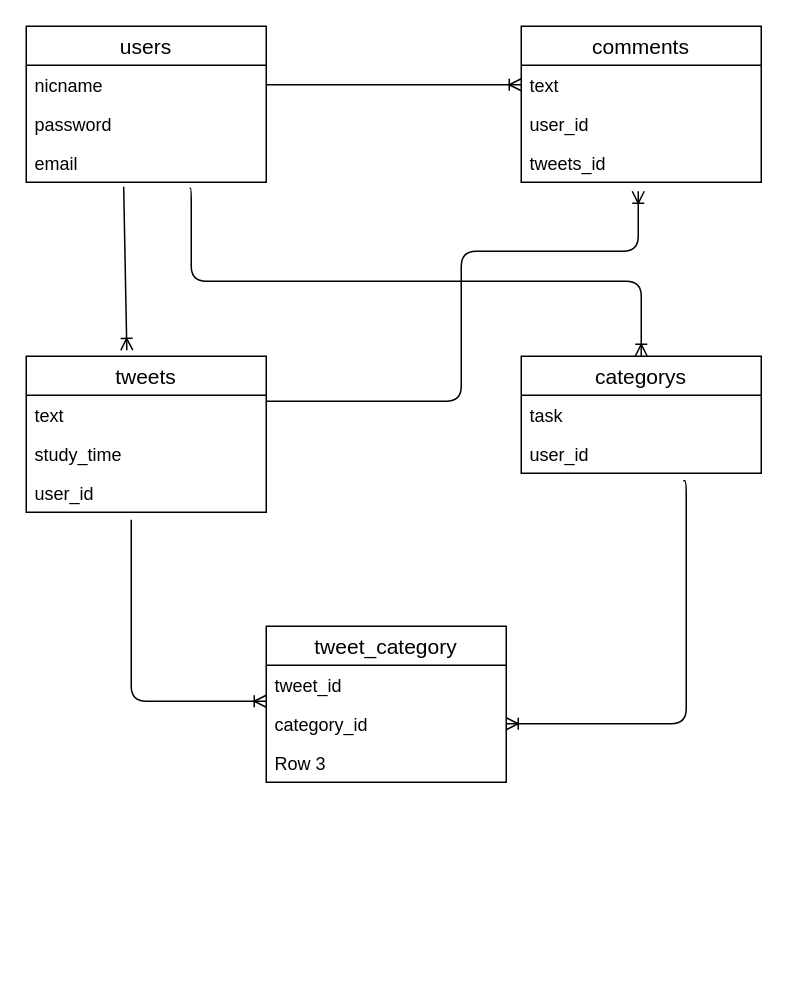
This is ER.drawio from seiichikick0404/futures, a draw.io file, before an edit. Source tidied: cells renumbered, new cells numbered last; positions are measured from the earlier drawing's top-left corner, leaving out a move shared by most shapes. Both pictures are drawn from the tidied source at 150%, with x=0, y=0 at pixel (26, 26).
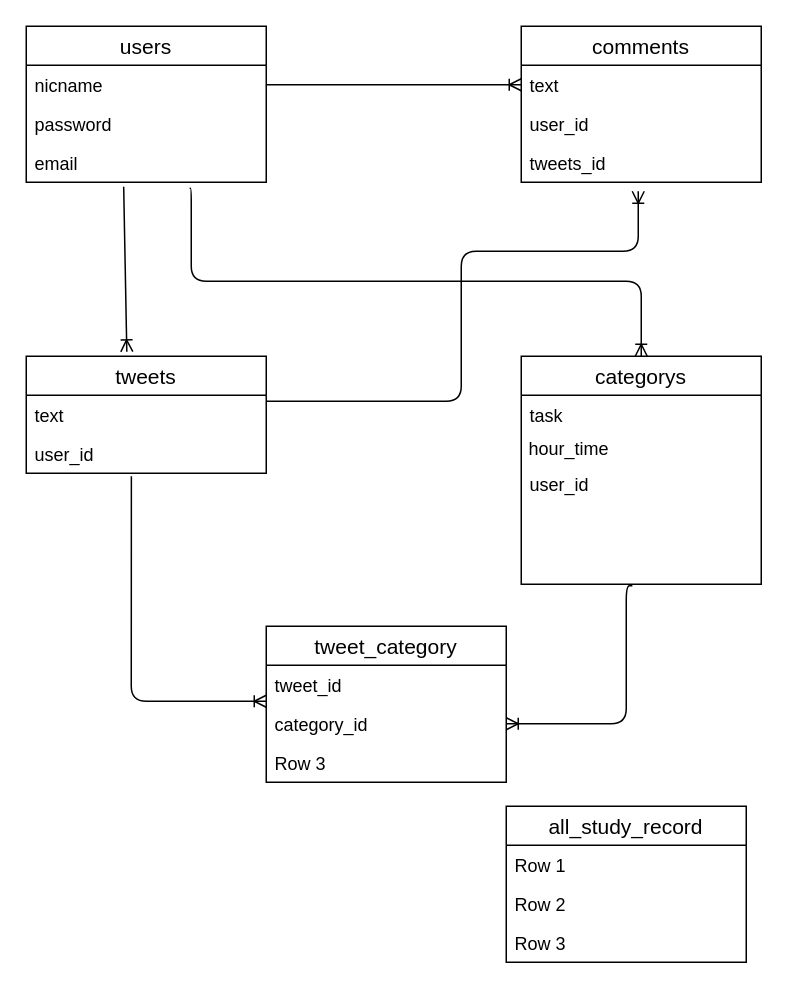
After the change.

The change refers to these unchanged cells:
```xml
<mxCell id="23" value="category_id" style="text;strokeColor=none;fillColor=none;spacingLeft=4;spacingRight=4;overflow=hidden;points=[[0,0.5],[1,0.5]];portConstraint=eastwest;fontSize=12;" parent="21" vertex="1">
  <mxGeometry y="52" width="160" height="26" as="geometry" />
</mxCell>
```

Change to the diagram source:
```diff
@@
     <mxCell id="2" value="tweets" style="swimlane;fontStyle=0;horizontal=1;startSize=26;align=center;fontSize=14;" parent="1" vertex="1">
-      <mxGeometry y="220" width="160" height="104" as="geometry" />
+      <mxGeometry y="220" width="160" height="78" as="geometry" />
     </mxCell>
@@
-    <mxCell id="4" value="study_time" style="text;strokeColor=none;fillColor=none;spacingLeft=4;spacingRight=4;overflow=hidden;fontSize=12;" parent="2" vertex="1">
-      <mxGeometry y="52" width="160" height="26" as="geometry" />
-    </mxCell>
     <mxCell id="5" value="user_id" style="text;strokeColor=none;fillColor=none;spacingLeft=4;spacingRight=4;overflow=hidden;points=[[0,0.5],[1,0.5]];portConstraint=eastwest;fontSize=12;" parent="2" vertex="1">
-      <mxGeometry y="78" width="160" height="26" as="geometry" />
+      <mxGeometry y="52" width="160" height="26" as="geometry" />
     </mxCell>
@@
     <mxCell id="14" value="categorys" style="swimlane;fontStyle=0;horizontal=1;startSize=26;align=center;fontSize=14;" parent="1" vertex="1">
-      <mxGeometry x="330" y="220" width="160" height="78" as="geometry" />
+      <mxGeometry x="330" y="220" width="160" height="152" as="geometry" />
     </mxCell>
@@
+    <mxCell id="27" value="&amp;nbsp;hour_time" style="text;html=1;strokeColor=none;fillColor=none;align=left;verticalAlign=middle;whiteSpace=wrap;rounded=0;" parent="14" vertex="1">
+      <mxGeometry y="52" width="160" height="20" as="geometry" />
+    </mxCell>
     <mxCell id="16" value="user_id" style="text;strokeColor=none;fillColor=none;spacingLeft=4;spacingRight=4;overflow=hidden;points=[[0,0.5],[1,0.5]];portConstraint=eastwest;fontSize=12;" parent="14" vertex="1">
-      <mxGeometry y="52" width="160" height="26" as="geometry" />
+      <mxGeometry y="72" width="160" height="80" as="geometry" />
     </mxCell>
@@
-    <mxCell id="25" style="edgeStyle=elbowEdgeStyle;fontSize=12;html=1;endArrow=ERoneToMany;" parent="1" edge="1">
+    <mxCell id="25" style="edgeStyle=elbowEdgeStyle;fontSize=12;html=1;endArrow=ERoneToMany;exitX=0.438;exitY=1.077;exitDx=0;exitDy=0;exitPerimeter=0;" parent="1" edge="1" source="5">
       <mxGeometry relative="1" as="geometry">
-        <mxPoint x="70" y="329" as="sourcePoint" />
         <mxPoint x="160" y="450" as="targetPoint" />
         <Array as="points">
           <mxPoint x="70" y="400" />
         </Array>
       </mxGeometry>
     </mxCell>
+    <mxCell id="28" value="all_study_record" style="swimlane;fontStyle=0;horizontal=1;startSize=26;align=center;fontSize=14;" parent="1" vertex="1">
+      <mxGeometry x="320" y="520" width="160" height="104" as="geometry" />
+    </mxCell>
+    <mxCell id="29" value="Row 1" style="text;strokeColor=none;fillColor=none;spacingLeft=4;spacingRight=4;overflow=hidden;fontSize=12;" parent="28" vertex="1">
+      <mxGeometry y="26" width="160" height="26" as="geometry" />
+    </mxCell>
+    <mxCell id="30" value="Row 2" style="text;strokeColor=none;fillColor=none;spacingLeft=4;spacingRight=4;overflow=hidden;fontSize=12;" parent="28" vertex="1">
+      <mxGeometry y="52" width="160" height="26" as="geometry" />
+    </mxCell>
+    <mxCell id="31" value="Row 3" style="text;strokeColor=none;fillColor=none;spacingLeft=4;spacingRight=4;overflow=hidden;fontSize=12;" parent="28" vertex="1">
+      <mxGeometry y="78" width="160" height="26" as="geometry" />
+    </mxCell>
-    <mxCell id="26" style="edgeStyle=elbowEdgeStyle;fontSize=12;html=1;endArrow=ERoneToMany;exitX=0.675;exitY=1.192;exitDx=0;exitDy=0;exitPerimeter=0;entryX=1;entryY=0.5;entryDx=0;entryDy=0;" parent="1" edge="1" source="16" target="23">
+    <mxCell id="26" style="edgeStyle=elbowEdgeStyle;fontSize=12;html=1;endArrow=ERoneToMany;entryX=1;entryY=0.5;entryDx=0;entryDy=0;exitX=0.463;exitY=1.013;exitDx=0;exitDy=0;exitPerimeter=0;" parent="1" edge="1" source="16" target="23">
       <mxGeometry relative="1" as="geometry">
         <Array as="points">
-          <mxPoint x="440" y="420" />
+          <mxPoint x="400" y="465" />
         </Array>
       </mxGeometry>
     </mxCell>
```
